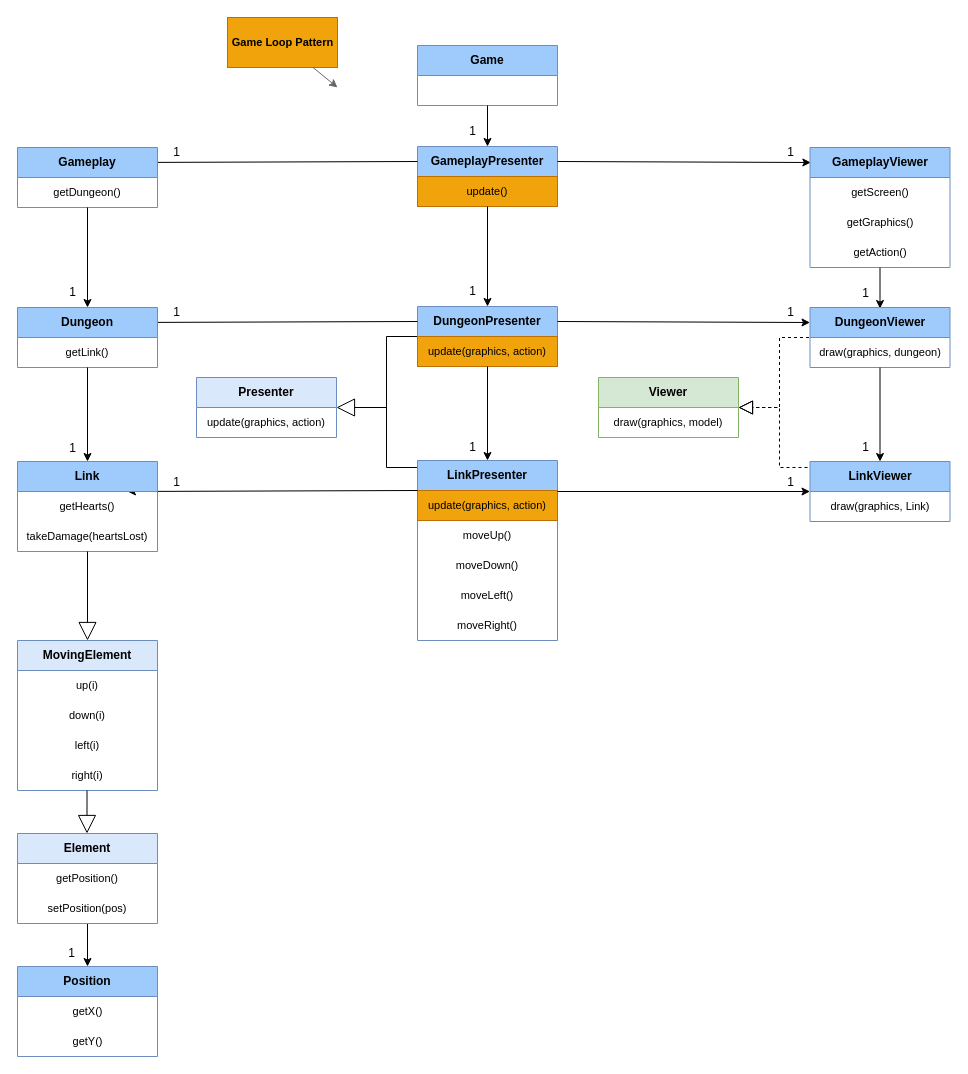
Above: UML.drawio in tomas-sucena/2022-FEUP-LDTS (draw.io), before the change. Source tidied: cells renumbered, new cells numbered last; positions are measured from the earlier drawing's top-left corner, leaving out a move shared by most shapes. Both pictures are drawn from the tidied source at 100%, with x=0, y=0 at pixel (17, 17).
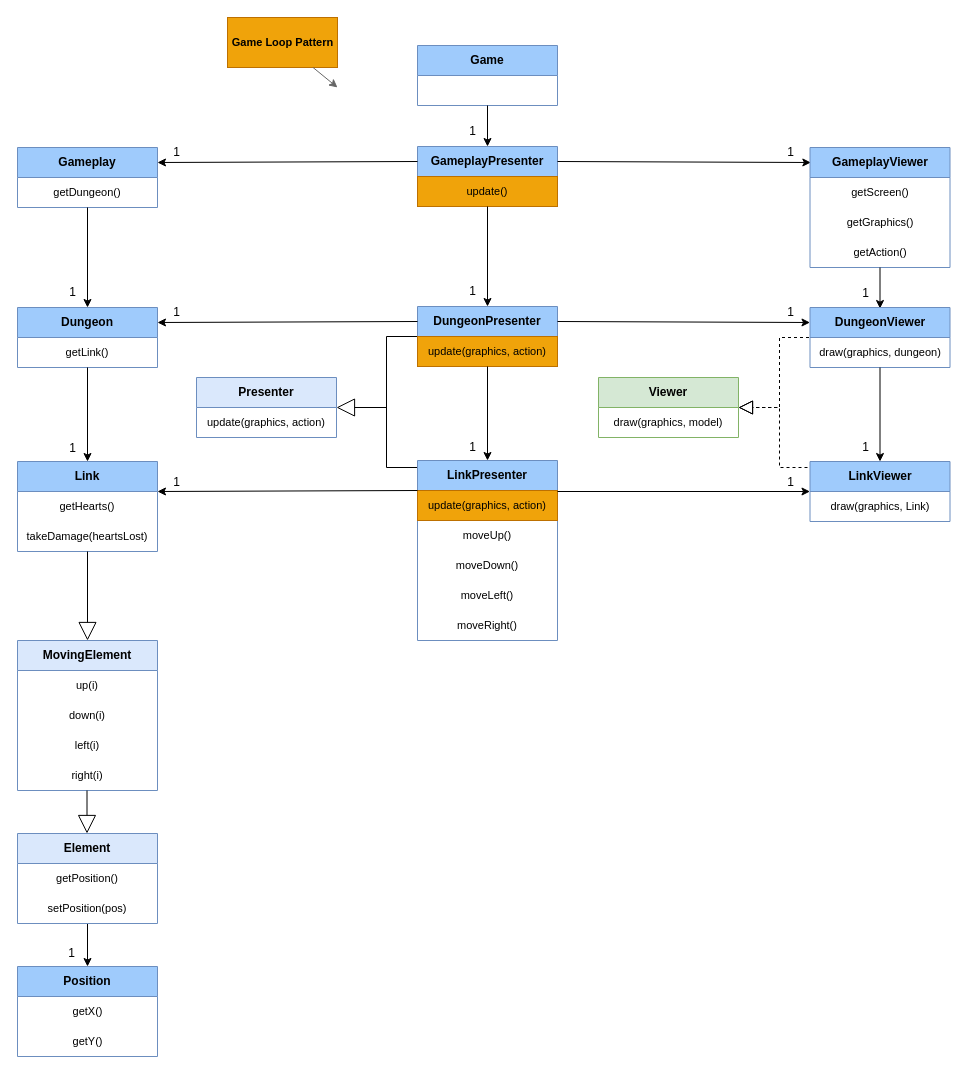
Above is the later version.

Unchanged cells that the change refers to:
```xml
<mxCell id="9" value="&lt;b&gt;GameplayPresenter&lt;/b&gt;" style="swimlane;fontStyle=0;horizontal=1;startSize=30;whiteSpace=wrap;html=1;fillColor=#9FCBFC;strokeColor=#6c8ebf;" parent="1" vertex="1">
  <mxGeometry x="400" y="129" width="140" height="60" as="geometry" />
</mxCell>
<mxCell id="21" value="&lt;b&gt;Gameplay&lt;/b&gt;" style="swimlane;fontStyle=0;horizontal=1;startSize=30;whiteSpace=wrap;html=1;fillColor=#9FCBFC;strokeColor=#6c8ebf;" parent="1" vertex="1">
  <mxGeometry y="130" width="140" height="60" as="geometry" />
</mxCell>
<mxCell id="29" value="&lt;b&gt;DungeonPresenter&lt;/b&gt;" style="swimlane;fontStyle=0;horizontal=1;startSize=30;whiteSpace=wrap;html=1;fillColor=#9FCBFC;strokeColor=#6c8ebf;" parent="1" vertex="1">
  <mxGeometry x="400" y="289" width="140" height="60" as="geometry" />
</mxCell>
<mxCell id="37" value="&lt;b&gt;Dungeon&lt;/b&gt;" style="swimlane;fontStyle=0;horizontal=1;startSize=30;whiteSpace=wrap;html=1;fillColor=#9FCBFC;strokeColor=#6c8ebf;" parent="1" vertex="1">
  <mxGeometry y="290" width="140" height="60" as="geometry" />
</mxCell>
<mxCell id="46" value="&lt;font style=&quot;font-size: 11px;&quot;&gt;update(graphics, action)&lt;/font&gt;" style="text;html=1;strokeColor=#BD7000;fillColor=#f0a30a;align=center;verticalAlign=middle;whiteSpace=wrap;rounded=0;fontColor=#000000;" parent="45" vertex="1">
  <mxGeometry y="30" width="140" height="30" as="geometry" />
</mxCell>
<mxCell id="56" value="&lt;font style=&quot;font-size: 11px;&quot;&gt;getHearts()&lt;br&gt;&lt;/font&gt;" style="text;html=1;strokeColor=none;fillColor=none;align=center;verticalAlign=middle;whiteSpace=wrap;rounded=0;" parent="55" vertex="1">
  <mxGeometry y="30" width="140" height="30" as="geometry" />
</mxCell>
```

Diff of the diagram source:
```diff
@@
-    <mxCell id="19" style="endArrow=classic;html=1;rounded=0;exitX=0;exitY=0.25;exitDx=0;exitDy=0;" parent="1" edge="1" source="9">
-      <mxGeometry relative="1" as="geometry">
-        <mxPoint x="110" y="145" as="targetPoint" />
-      </mxGeometry>
+    <mxCell id="19" style="endArrow=classic;html=1;rounded=0;exitX=0;exitY=0.25;exitDx=0;exitDy=0;entryX=1;entryY=0.25;entryDx=0;entryDy=0;" parent="1" edge="1" source="9" target="21">
+      <mxGeometry relative="1" as="geometry" />
     </mxCell>
@@
-    <mxCell id="35" style="endArrow=classic;html=1;rounded=0;exitX=0;exitY=0.25;exitDx=0;exitDy=0;" parent="1" edge="1" source="29">
-      <mxGeometry relative="1" as="geometry">
-        <mxPoint x="110" y="305" as="targetPoint" />
-      </mxGeometry>
+    <mxCell id="35" style="endArrow=classic;html=1;rounded=0;exitX=0;exitY=0.25;exitDx=0;exitDy=0;entryX=1;entryY=0.25;entryDx=0;entryDy=0;" parent="1" edge="1" source="29" target="37">
+      <mxGeometry relative="1" as="geometry" />
     </mxCell>
@@
-    <mxCell id="53" style="endArrow=classic;html=1;rounded=0;exitX=0;exitY=0;exitDx=0;exitDy=0;" parent="1" edge="1" source="46">
-      <mxGeometry relative="1" as="geometry">
-        <mxPoint x="110" y="474" as="targetPoint" />
-      </mxGeometry>
+    <mxCell id="53" style="endArrow=classic;html=1;rounded=0;exitX=0;exitY=0;exitDx=0;exitDy=0;entryX=1;entryY=0;entryDx=0;entryDy=0;" parent="1" edge="1" source="46" target="56">
+      <mxGeometry relative="1" as="geometry" />
     </mxCell>
```
